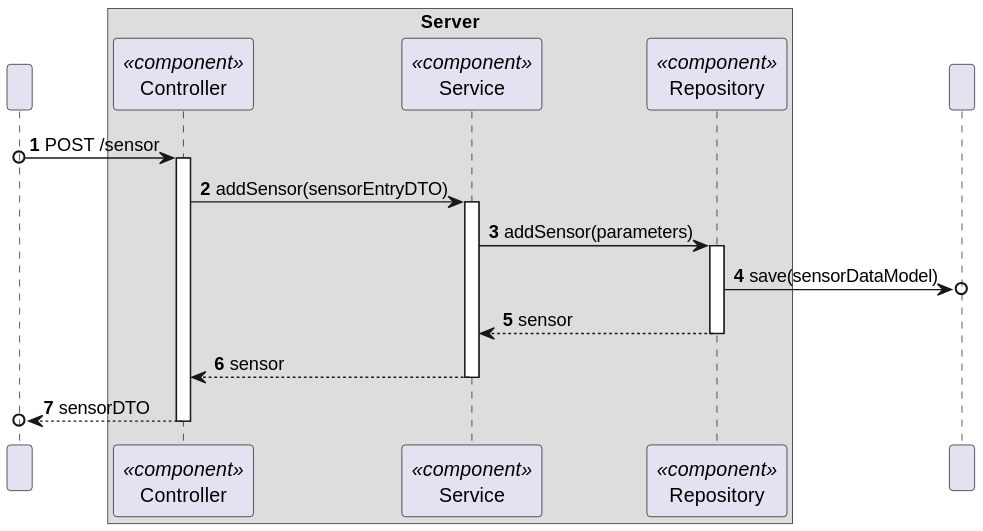
Earlier version of the PlantUML export docs/C4_4plus1_models/Level4/ProcessView/ProcessViewLevel4_UC07_v1.svg (moutajDev/smarthome).
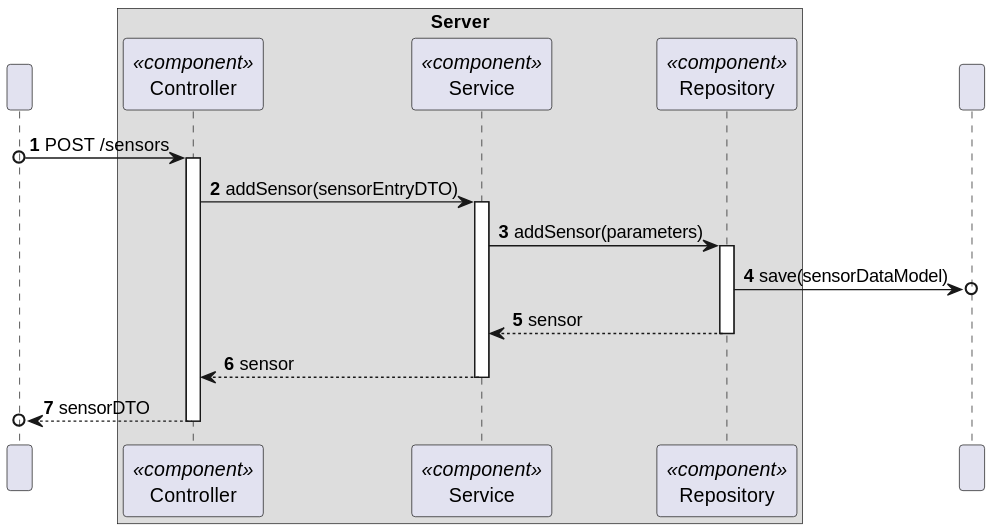
After the change.

The edit, as a diff of the source:
```diff
@@ -14,7 +14,7 @@
 participant " " as BD
 
 
-HTTP o-> CTRL : POST /sensor
+HTTP o-> CTRL : POST /sensors
 activate CTRL
 
 CTRL -> SV : addSensor(sensorEntryDTO)
```
